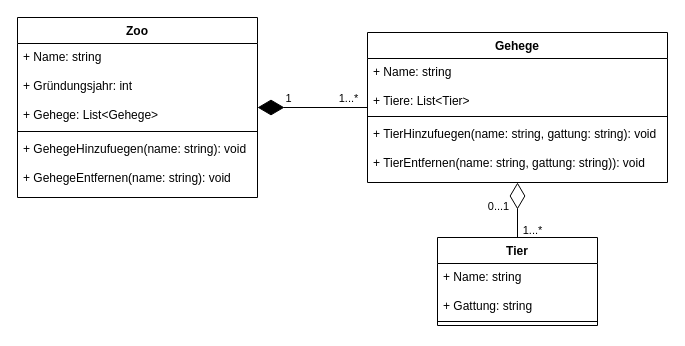
Before: src/SabrinaFeurstein/aufgaben/Zoo/Teil 2 (Tiere)/Zoo_UML-Diagramm.drawio in zewas-digital/appdevhb25, a draw.io diagram. Source tidied: cells renumbered, new cells numbered last; positions are measured from the earlier drawing's top-left corner, leaving out a move shared by most shapes. Both pictures are drawn from the tidied source at 100%, with x=0, y=0 at pixel (17, 17).
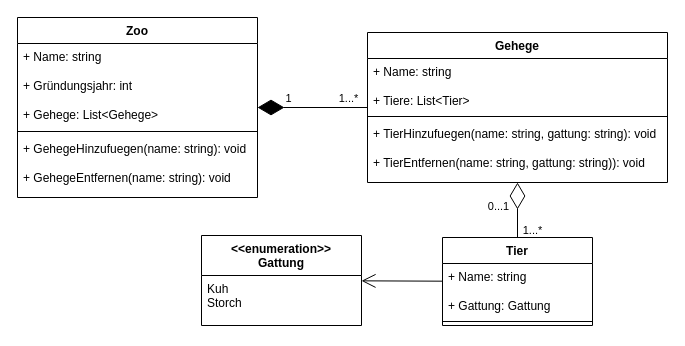
The same page after the edit.

Change to the diagram source:
```diff
@@
     <mxCell id="13" value="Tier" style="swimlane;fontStyle=1;align=center;verticalAlign=top;horizontal=1;startSize=26;whiteSpace=wrap;html=1;" parent="1" vertex="1">
-      <mxGeometry x="420" y="220" width="160" height="88" as="geometry" />
+      <mxGeometry x="425" y="220" width="150" height="88" as="geometry" />
     </mxCell>
-    <mxCell id="14" value="+ Name: string&lt;div&gt;&lt;br&gt;&lt;/div&gt;&lt;div&gt;+ Gattung: string&lt;/div&gt;" style="text;strokeColor=none;fillColor=none;align=left;verticalAlign=top;spacingLeft=4;spacingRight=4;overflow=hidden;whiteSpace=wrap;html=1;" parent="13" vertex="1">
-      <mxGeometry y="26" width="160" height="54" as="geometry" />
+    <mxCell id="14" value="+ Name: string&lt;div&gt;&lt;br&gt;&lt;/div&gt;&lt;div&gt;+ Gattung: Gattung&lt;/div&gt;" style="text;strokeColor=none;fillColor=none;align=left;verticalAlign=top;spacingLeft=4;spacingRight=4;overflow=hidden;whiteSpace=wrap;html=1;" parent="13" vertex="1">
+      <mxGeometry y="26" width="150" height="54" as="geometry" />
     </mxCell>
     <mxCell id="15" style="line;strokeWidth=1;fillColor=none;align=left;verticalAlign=middle;spacingTop=-1;spacingLeft=3;spacingRight=3;labelPosition=right;strokeColor=inherit;" parent="13" vertex="1">
-      <mxGeometry y="80" width="160" height="8" as="geometry" />
+      <mxGeometry y="80" width="150" height="8" as="geometry" />
     </mxCell>
@@
+    <mxCell id="19" value="&lt;div&gt;&amp;lt;&amp;lt;enumeration&amp;gt;&amp;gt;&lt;/div&gt;Gattung" style="swimlane;fontStyle=1;align=center;verticalAlign=top;horizontal=1;startSize=40;whiteSpace=wrap;html=1;" parent="1" vertex="1">
+      <mxGeometry x="184" y="218" width="160" height="90" as="geometry" />
+    </mxCell>
+    <mxCell id="20" value="Kuh&lt;div&gt;&lt;span style=&quot;background-color: transparent; color: light-dark(rgb(0, 0, 0), rgb(255, 255, 255));&quot;&gt;Storch&lt;/span&gt;&lt;/div&gt;" style="text;strokeColor=none;fillColor=none;align=left;verticalAlign=top;spacingLeft=4;spacingRight=4;overflow=hidden;whiteSpace=wrap;html=1;" parent="19" vertex="1">
+      <mxGeometry y="40" width="160" height="50" as="geometry" />
+    </mxCell>
+    <mxCell id="21" style="endArrow=open;endFill=1;endSize=12;html=1;rounded=0;" parent="1" edge="1" source="13" target="19">
+      <mxGeometry relative="1" as="geometry" />
+    </mxCell>
```
